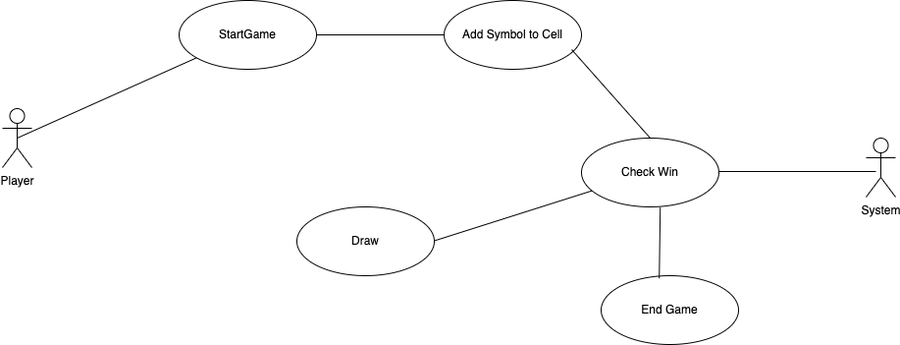
The draw.io diagram Game Logic Team Files/tictactoe_use_case_diagram.png in kelsierfin/BasicGamingPlatform, before a commit. Source tidied: cells renumbered, new cells last; positions are measured from the earlier drawing's top-left corner, leaving out a move shared by most shapes.
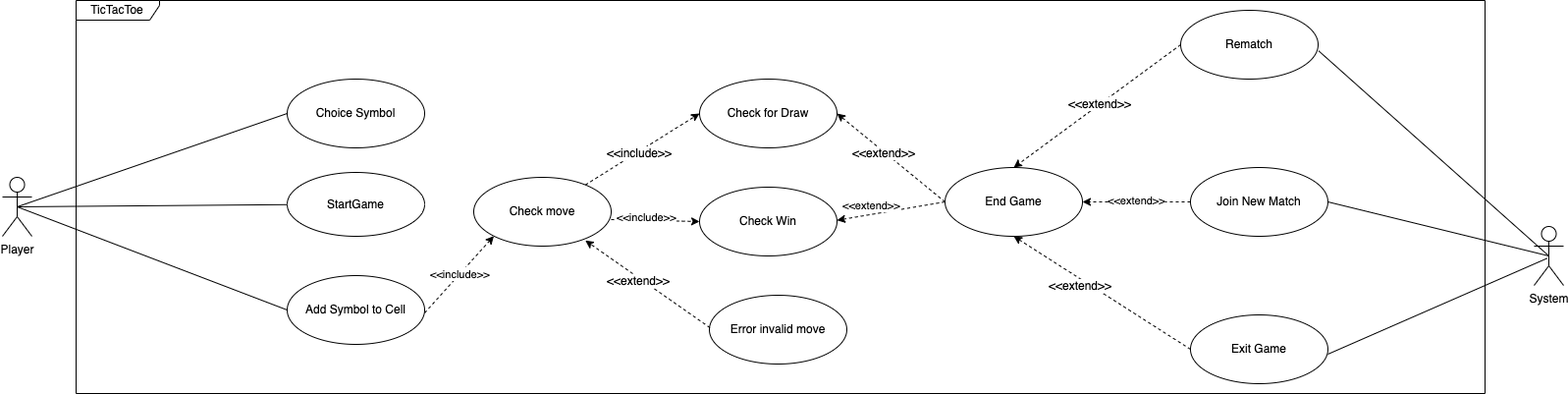
After the commit.

Commit message:
Finished use case diagram for TicTacToe.

What changed in the source:
```diff
@@ -5,45 +5,129 @@
     <mxCell id="2" style="rounded=0;jettySize=auto;html=1;endArrow=none;startFill=0;exitX=0.5;exitY=0.5;exitDx=0;exitDy=0;exitPerimeter=0;" parent="1" edge="1" source="3" target="4">
       <mxGeometry relative="1" as="geometry" />
     </mxCell>
+    <mxCell id="15" style="rounded=0;jettySize=auto;html=1;entryX=0;entryY=0.5;entryDx=0;entryDy=0;endArrow=none;startFill=0;exitX=0.5;exitY=0.5;exitDx=0;exitDy=0;exitPerimeter=0;" parent="1" edge="1" source="3" target="21">
+      <mxGeometry relative="1" as="geometry" />
+    </mxCell>
+    <mxCell id="16" style="rounded=0;orthogonalLoop=1;jettySize=auto;html=1;exitX=0.5;exitY=0.5;exitDx=0;exitDy=0;exitPerimeter=0;entryX=0;entryY=0.5;entryDx=0;entryDy=0;endArrow=none;startFill=0;" parent="1" edge="1">
+      <mxGeometry relative="1" as="geometry">
+        <mxPoint x="-35" y="250" as="sourcePoint" />
+        <mxPoint x="240" y="355" as="targetPoint" />
+      </mxGeometry>
+    </mxCell>
     <mxCell id="3" value="Player" style="shape=umlActor;verticalLabelPosition=bottom;verticalAlign=top;html=1;" parent="1" vertex="1">
-      <mxGeometry y="110" width="30" height="60" as="geometry" />
+      <mxGeometry x="-50" y="220" width="30" height="60" as="geometry" />
     </mxCell>
     <mxCell id="4" value="StartGame" style="ellipse;whiteSpace=wrap;html=1;" parent="1" vertex="1">
-      <mxGeometry x="180" width="140" height="70" as="geometry" />
+      <mxGeometry x="240" y="215" width="140" height="65" as="geometry" />
     </mxCell>
     <mxCell id="5" value="Add Symbol to Cell" style="ellipse;whiteSpace=wrap;html=1;" parent="1" vertex="1">
-      <mxGeometry x="450" width="140" height="70" as="geometry" />
+      <mxGeometry x="240" y="320" width="140" height="70" as="geometry" />
     </mxCell>
     <mxCell id="6" value="Check Win" style="ellipse;whiteSpace=wrap;html=1;" parent="1" vertex="1">
-      <mxGeometry x="590" y="140" width="140" height="70" as="geometry" />
+      <mxGeometry x="660" y="230" width="140" height="70" as="geometry" />
     </mxCell>
-    <mxCell id="7" style="rounded=0;jettySize=auto;html=1;endArrow=none;startFill=0;exitX=1;exitY=0.5;exitDx=0;exitDy=0;entryX=0;entryY=0.5;entryDx=0;entryDy=0;" parent="1" edge="1" source="4" target="5">
-      <mxGeometry relative="1" as="geometry" />
-    </mxCell>
-    <mxCell id="8" style="rounded=0;jettySize=auto;html=1;endArrow=none;startFill=0;exitX=0.5;exitY=0.5;exitDx=0;exitDy=0;exitPerimeter=0;entryX=0.5;entryY=0;entryDx=0;entryDy=0;" parent="1" edge="1" target="6">
-      <mxGeometry relative="1" as="geometry">
-        <mxPoint x="580" y="50" as="sourcePoint" />
-      </mxGeometry>
-    </mxCell>
+    <mxCell id="10" value="End Game" style="ellipse;whiteSpace=wrap;html=1;" parent="1" vertex="1">
+      <mxGeometry x="910" y="210" width="140" height="70" as="geometry" />
+    </mxCell>
+    <mxCell id="12" value="Check for Draw" style="ellipse;whiteSpace=wrap;html=1;" parent="1" vertex="1">
+      <mxGeometry x="660" y="120" width="140" height="70" as="geometry" />
+    </mxCell>
+    <mxCell id="17" style="edgeStyle=orthogonalEdgeStyle;rounded=0;orthogonalLoop=1;jettySize=auto;html=1;exitX=0.5;exitY=1;exitDx=0;exitDy=0;" parent="1" edge="1" source="5" target="5">
+      <mxGeometry relative="1" as="geometry" />
+    </mxCell>
+    <mxCell id="18" value="Rematch" style="ellipse;whiteSpace=wrap;html=1;" parent="1" vertex="1">
+      <mxGeometry x="1150" y="50" width="140" height="70" as="geometry" />
+    </mxCell>
+    <mxCell id="19" value="Join New Match" style="ellipse;whiteSpace=wrap;html=1;" parent="1" vertex="1">
+      <mxGeometry x="1160" y="210" width="140" height="70" as="geometry" />
+    </mxCell>
+    <mxCell id="20" value="Exit Game" style="ellipse;whiteSpace=wrap;html=1;" parent="1" vertex="1">
+      <mxGeometry x="1160" y="360" width="140" height="70" as="geometry" />
+    </mxCell>
+    <mxCell id="21" value="Choice Symbol" style="ellipse;whiteSpace=wrap;html=1;" parent="1" vertex="1">
+      <mxGeometry x="240" y="120" width="140" height="70" as="geometry" />
+    </mxCell>
+    <mxCell id="22" value="Error invalid move" style="ellipse;whiteSpace=wrap;html=1;" parent="1" vertex="1">
+      <mxGeometry x="670" y="340" width="140" height="70" as="geometry" />
+    </mxCell>
+    <mxCell id="23" style="rounded=0;jettySize=auto;html=1;entryX=0;entryY=0.5;entryDx=0;entryDy=0;dashed=1;" parent="1" edge="1" source="24" target="12">
+      <mxGeometry relative="1" as="geometry" />
+    </mxCell>
+    <mxCell id="24" value="Check move" style="ellipse;whiteSpace=wrap;html=1;" parent="1" vertex="1">
+      <mxGeometry x="430" y="220" width="140" height="70" as="geometry" />
+    </mxCell>
+    <mxCell id="25" style="edgeStyle=orthogonalEdgeStyle;rounded=0;orthogonalLoop=1;jettySize=auto;html=1;exitX=0.5;exitY=1;exitDx=0;exitDy=0;" parent="1" edge="1" source="24" target="24">
+      <mxGeometry relative="1" as="geometry" />
+    </mxCell>
+    <mxCell id="26" style="rounded=0;jettySize=auto;html=1;entryX=0;entryY=0.5;entryDx=0;entryDy=0;dashed=1;" parent="1" edge="1" target="6">
+      <mxGeometry relative="1" as="geometry">
+        <mxPoint x="570" y="263" as="sourcePoint" />
+      </mxGeometry>
+    </mxCell>
+    <mxCell id="27" style="rounded=0;jettySize=auto;html=1;entryX=0.812;entryY=0.918;entryDx=0;entryDy=0;dashed=1;entryPerimeter=0;exitX=-0.006;exitY=0.117;exitDx=0;exitDy=0;exitPerimeter=0;" parent="1" edge="1" source="35" target="24">
+      <mxGeometry relative="1" as="geometry" />
+    </mxCell>
+    <mxCell id="28" style="rounded=0;jettySize=auto;html=1;entryX=0;entryY=1;entryDx=0;entryDy=0;dashed=1;" parent="1" edge="1" target="24">
+      <mxGeometry relative="1" as="geometry">
+        <mxPoint x="380" y="358" as="sourcePoint" />
+      </mxGeometry>
+    </mxCell>
+    <mxCell id="29" style="rounded=0;jettySize=auto;html=1;dashed=1;entryX=1;entryY=0.5;entryDx=0;entryDy=0;exitX=0;exitY=0.5;exitDx=0;exitDy=0;" parent="1" edge="1" source="10" target="12">
+      <mxGeometry relative="1" as="geometry" />
+    </mxCell>
+    <mxCell id="30" style="rounded=0;jettySize=auto;html=1;dashed=1;entryX=0;entryY=0.957;entryDx=0;entryDy=0;exitX=0;exitY=0.5;exitDx=0;exitDy=0;entryPerimeter=0;" parent="1" edge="1" source="10" target="39">
+      <mxGeometry relative="1" as="geometry" />
+    </mxCell>
+    <mxCell id="31" style="rounded=0;jettySize=auto;html=1;dashed=1;entryX=0.5;entryY=0;entryDx=0;entryDy=0;exitX=0;exitY=0.5;exitDx=0;exitDy=0;" parent="1" edge="1" source="18" target="10">
+      <mxGeometry relative="1" as="geometry" />
+    </mxCell>
+    <mxCell id="32" style="rounded=0;jettySize=auto;html=1;dashed=1;entryX=1;entryY=0.5;entryDx=0;entryDy=0;exitX=1;exitY=0.5;exitDx=0;exitDy=0;" parent="1" edge="1" source="42" target="10">
+      <mxGeometry relative="1" as="geometry" />
+    </mxCell>
+    <mxCell id="33" style="rounded=0;jettySize=auto;html=1;dashed=1;entryX=0.5;entryY=1;entryDx=0;entryDy=0;exitX=0;exitY=0.5;exitDx=0;exitDy=0;" parent="1" edge="1" source="20" target="10">
+      <mxGeometry relative="1" as="geometry" />
+    </mxCell>
+    <mxCell id="34" value="&lt;span style=&quot;background-color: light-dark(#ffffff, var(--ge-dark-color, #121212)); line-height: 150%;&quot;&gt;&amp;lt;&amp;lt;include&amp;gt;&amp;gt;&lt;/span&gt;" style="text;strokeColor=none;fillColor=none;align=left;verticalAlign=top;spacingLeft=4;spacingRight=4;overflow=hidden;whiteSpace=wrap;html=1;" parent="1" vertex="1">
+      <mxGeometry x="560" y="180" width="100" height="30" as="geometry" />
+    </mxCell>
+    <mxCell id="35" value="&lt;span style=&quot;background-color: light-dark(#ffffff, var(--ge-dark-color, #121212)); line-height: 150%;&quot;&gt;&lt;font style=&quot;font-size: 11px; line-height: 120%;&quot;&gt;&amp;lt;&amp;lt;include&amp;gt;&amp;gt;&lt;/font&gt;&lt;/span&gt;" style="text;strokeColor=none;fillColor=none;align=left;verticalAlign=top;spacingLeft=4;spacingRight=4;overflow=hidden;points=[[0,0.5],[1,0.5]];portConstraint=eastwest;whiteSpace=wrap;html=1;direction=west;" parent="1" vertex="1">
+      <mxGeometry x="570" y="245" width="100" height="145" as="geometry" />
+    </mxCell>
+    <mxCell id="36" value="&lt;span style=&quot;background-color: light-dark(#ffffff, var(--ge-dark-color, #121212)); line-height: 150%;&quot;&gt;&lt;font style=&quot;font-size: 11px; line-height: 120%;&quot;&gt;&amp;lt;&amp;lt;include&amp;gt;&amp;gt;&lt;/font&gt;&lt;/span&gt;" style="text;strokeColor=none;fillColor=none;align=left;verticalAlign=top;spacingLeft=4;spacingRight=4;overflow=hidden;whiteSpace=wrap;html=1;direction=west;" parent="1" vertex="1">
+      <mxGeometry x="380" y="302.5" width="90" height="30" as="geometry" />
+    </mxCell>
+    <mxCell id="37" value="&lt;span style=&quot;background-color: light-dark(#ffffff, var(--ge-dark-color, #121212)); line-height: 150%;&quot;&gt;&amp;lt;&amp;lt;extend&amp;gt;&amp;gt;&lt;/span&gt;" style="text;strokeColor=none;fillColor=none;align=left;verticalAlign=top;spacingLeft=4;spacingRight=4;overflow=hidden;whiteSpace=wrap;html=1;" parent="1" vertex="1">
+      <mxGeometry x="560" y="310" width="100" height="30" as="geometry" />
+    </mxCell>
+    <mxCell id="38" value="&lt;span style=&quot;background-color: light-dark(#ffffff, var(--ge-dark-color, #121212)); line-height: 150%;&quot;&gt;&amp;lt;&amp;lt;extend&amp;gt;&amp;gt;&lt;/span&gt;" style="text;strokeColor=none;fillColor=none;align=left;verticalAlign=top;spacingLeft=4;spacingRight=4;overflow=hidden;whiteSpace=wrap;html=1;" parent="1" vertex="1">
+      <mxGeometry x="810" y="180" width="100" height="30" as="geometry" />
+    </mxCell>
+    <mxCell id="39" value="&lt;span style=&quot;background-color: light-dark(#ffffff, var(--ge-dark-color, #121212));&quot;&gt;&lt;font style=&quot;font-size: 11px;&quot;&gt;&amp;lt;&amp;lt;extend&amp;gt;&amp;gt;&lt;/font&gt;&lt;/span&gt;" style="text;strokeColor=none;fillColor=none;align=left;verticalAlign=top;spacingLeft=4;spacingRight=4;overflow=hidden;points=[[0,0.5],[1,0.5]];portConstraint=eastwest;whiteSpace=wrap;html=1;" parent="1" vertex="1">
+      <mxGeometry x="800" y="235" width="105" height="30" as="geometry" />
+    </mxCell>
+    <mxCell id="40" value="&lt;span style=&quot;background-color: light-dark(#ffffff, var(--ge-dark-color, #121212)); line-height: 150%;&quot;&gt;&amp;lt;&amp;lt;extend&amp;gt;&amp;gt;&lt;/span&gt;" style="text;strokeColor=none;fillColor=none;align=left;verticalAlign=top;spacingLeft=4;spacingRight=4;overflow=hidden;whiteSpace=wrap;html=1;" parent="1" vertex="1">
+      <mxGeometry x="1030" y="130" width="100" height="30" as="geometry" />
+    </mxCell>
+    <mxCell id="41" value="&lt;span style=&quot;background-color: light-dark(#ffffff, var(--ge-dark-color, #121212)); line-height: 150%;&quot;&gt;&amp;lt;&amp;lt;extend&amp;gt;&amp;gt;&lt;/span&gt;" style="text;strokeColor=none;fillColor=none;align=left;verticalAlign=top;spacingLeft=4;spacingRight=4;overflow=hidden;whiteSpace=wrap;html=1;" parent="1" vertex="1">
+      <mxGeometry x="1010" y="315" width="100" height="30" as="geometry" />
+    </mxCell>
+    <mxCell id="42" value="&lt;span style=&quot;background-color: light-dark(#ffffff, var(--ge-dark-color, #121212));&quot;&gt;&lt;font style=&quot;font-size: 11px;&quot;&gt;&amp;lt;&amp;lt;extend&amp;gt;&amp;gt;&lt;/font&gt;&lt;/span&gt;" style="text;strokeColor=none;fillColor=none;align=left;verticalAlign=top;spacingLeft=4;spacingRight=4;overflow=hidden;points=[[0,0.5],[1,0.5]];portConstraint=eastwest;whiteSpace=wrap;html=1;" parent="1" vertex="1">
+      <mxGeometry x="1070" y="230" width="90" height="30" as="geometry" />
+    </mxCell>
+    <mxCell id="43" style="rounded=0;jettySize=auto;html=1;entryX=1;entryY=0.5;entryDx=0;entryDy=0;endArrow=none;startFill=0;exitX=0.5;exitY=0.5;exitDx=0;exitDy=0;exitPerimeter=0;" parent="1" edge="1" source="9" target="19">
+      <mxGeometry relative="1" as="geometry" />
+    </mxCell>
     <mxCell id="9" value="System" style="shape=umlActor;verticalLabelPosition=bottom;verticalAlign=top;html=1;" parent="1" vertex="1">
-      <mxGeometry x="880" y="140" width="30" height="60" as="geometry" />
+      <mxGeometry x="1510" y="270" width="30" height="60" as="geometry" />
     </mxCell>
-    <mxCell id="10" value="End Game" style="ellipse;whiteSpace=wrap;html=1;" parent="1" vertex="1">
-      <mxGeometry x="610" y="280" width="140" height="70" as="geometry" />
-    </mxCell>
-    <mxCell id="11" style="rounded=0;jettySize=auto;html=1;endArrow=none;startFill=0;exitX=0.573;exitY=1.01;exitDx=0;exitDy=0;exitPerimeter=0;entryX=0.423;entryY=0.038;entryDx=0;entryDy=0;entryPerimeter=0;" parent="1" edge="1" source="6" target="10">
-      <mxGeometry relative="1" as="geometry" />
-    </mxCell>
-    <mxCell id="12" value="Draw" style="ellipse;whiteSpace=wrap;html=1;" parent="1" vertex="1">
-      <mxGeometry x="300" y="210" width="140" height="70" as="geometry" />
-    </mxCell>
-    <mxCell id="13" style="rounded=0;jettySize=auto;html=1;endArrow=none;startFill=0;exitX=1;exitY=0.5;exitDx=0;exitDy=0;" parent="1" edge="1" target="6">
-      <mxGeometry relative="1" as="geometry">
-        <mxPoint x="440" y="244.5" as="sourcePoint" />
-      </mxGeometry>
-    </mxCell>
-    <mxCell id="14" style="line;strokeWidth=1;fillColor=none;align=left;verticalAlign=middle;spacingTop=-1;spacingLeft=3;spacingRight=3;labelPosition=right;strokeColor=inherit;" parent="1" vertex="1">
-      <mxGeometry x="730" y="170" width="160" height="8" as="geometry" />
-    </mxCell>
+    <mxCell id="44" style="rounded=0;jettySize=auto;html=1;entryX=1;entryY=0.571;entryDx=0;entryDy=0;entryPerimeter=0;endArrow=none;startFill=0;exitX=0.438;exitY=0.541;exitDx=0;exitDy=0;exitPerimeter=0;" parent="1" edge="1" source="9" target="20">
+      <mxGeometry relative="1" as="geometry" />
+    </mxCell>
+    <mxCell id="45" style="rounded=0;jettySize=auto;html=1;entryX=1.004;entryY=0.59;entryDx=0;entryDy=0;entryPerimeter=0;endArrow=none;startFill=0;exitX=0.5;exitY=0.5;exitDx=0;exitDy=0;exitPerimeter=0;" parent="1" edge="1" source="9" target="18">
+      <mxGeometry relative="1" as="geometry" />
+    </mxCell>
+    <mxCell id="46" value="TicTacToe" style="shape=umlFrame;whiteSpace=wrap;html=1;width=85;height=20;" parent="1" vertex="1">
+      <mxGeometry x="25" y="40" width="1435" height="400" as="geometry" />
+    </mxCell>
   </root>
 </mxGraphModel>
```
